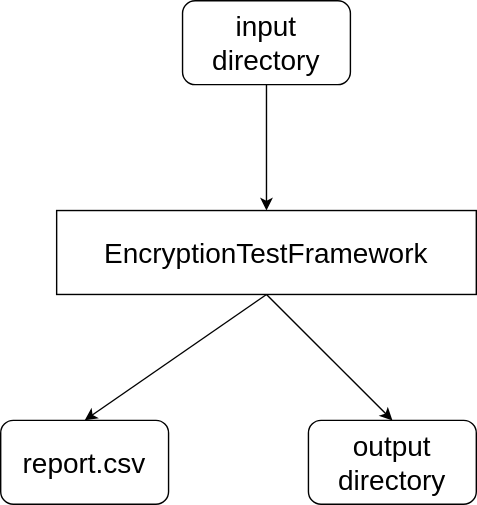
a00326455/EngineeringProject keeps this draw.io diagram as design.svg. Above is the earlier version. Source tidied: cells renumbered, new cells last; positions are measured from the earlier drawing's top-left corner, leaving out a move shared by most shapes.
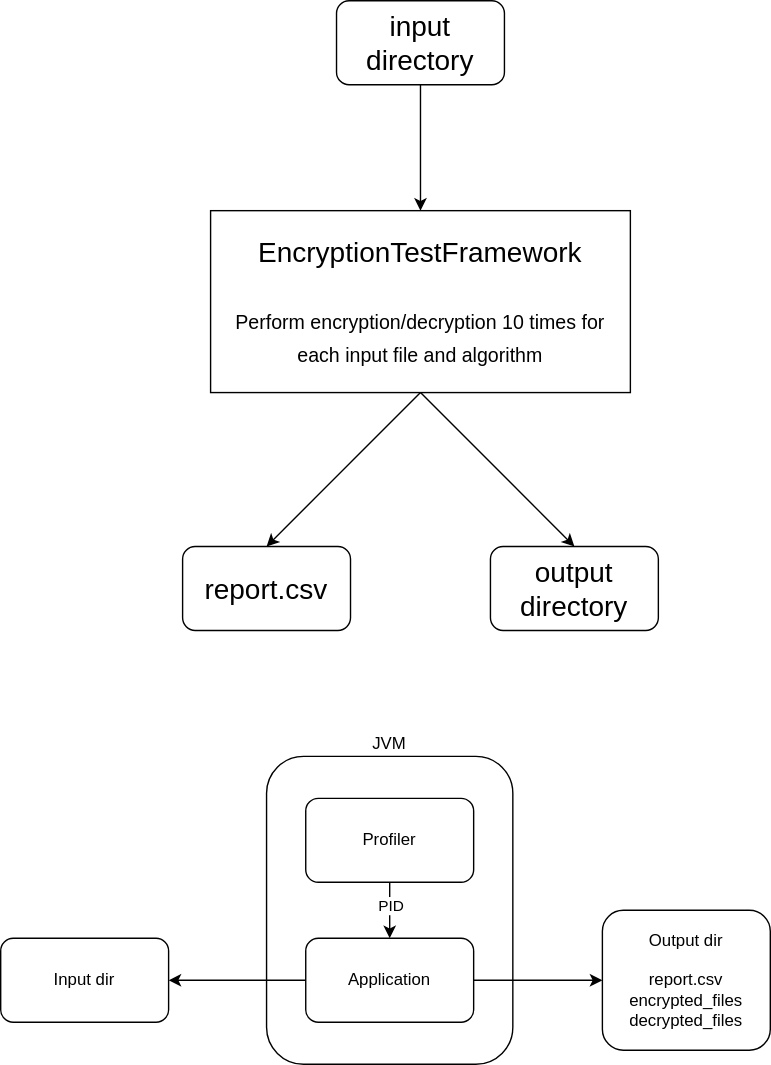
After the change.

What changed in the source:
```diff
@@ -5,14 +5,14 @@
     <mxCell id="2" value="input directory" style="rounded=1;whiteSpace=wrap;html=1;fontSize=20;" parent="1" vertex="1">
       <mxGeometry x="130" width="120" height="60" as="geometry" />
     </mxCell>
-    <mxCell id="3" value="EncryptionTestFramework" style="rounded=0;whiteSpace=wrap;html=1;fontSize=20;" parent="1" vertex="1">
-      <mxGeometry x="40" y="150" width="300" height="60" as="geometry" />
+    <mxCell id="3" value="EncryptionTestFramework&lt;br&gt;&lt;br&gt;&lt;font style=&quot;font-size: 14px;&quot;&gt;Perform encryption/decryption 10 times for each input file and algorithm&lt;/font&gt;" style="rounded=0;whiteSpace=wrap;html=1;fontSize=20;" parent="1" vertex="1">
+      <mxGeometry x="40" y="150" width="300" height="130" as="geometry" />
     </mxCell>
     <mxCell id="4" value="output directory" style="rounded=1;whiteSpace=wrap;html=1;fontSize=20;" parent="1" vertex="1">
-      <mxGeometry x="220" y="300" width="120" height="60" as="geometry" />
+      <mxGeometry x="240" y="390" width="120" height="60" as="geometry" />
     </mxCell>
     <mxCell id="5" value="report.csv" style="rounded=1;whiteSpace=wrap;html=1;fontSize=20;" parent="1" vertex="1">
-      <mxGeometry y="300" width="120" height="60" as="geometry" />
+      <mxGeometry x="20" y="390" width="120" height="60" as="geometry" />
     </mxCell>
     <mxCell id="6" style="endArrow=classic;html=1;rounded=0;exitX=0.5;exitY=1;exitDx=0;exitDy=0;entryX=0.5;entryY=0;entryDx=0;entryDy=0;fontSize=20;" parent="1" edge="1" source="2" target="3">
       <mxGeometry relative="1" as="geometry" />
@@ -23,5 +23,32 @@
     <mxCell id="8" style="endArrow=classic;html=1;rounded=0;exitX=0.5;exitY=1;exitDx=0;exitDy=0;entryX=0.5;entryY=0;entryDx=0;entryDy=0;fontSize=20;" parent="1" edge="1" source="3" target="5">
       <mxGeometry relative="1" as="geometry" />
     </mxCell>
+    <mxCell id="9" value="JVM" style="rounded=1;whiteSpace=wrap;html=1;labelPosition=center;verticalLabelPosition=top;align=center;verticalAlign=bottom;" parent="1" vertex="1">
+      <mxGeometry x="80" y="540" width="176" height="220" as="geometry" />
+    </mxCell>
+    <mxCell id="10" value="Application" style="rounded=1;whiteSpace=wrap;html=1;" parent="1" vertex="1">
+      <mxGeometry x="108" y="670" width="120" height="60" as="geometry" />
+    </mxCell>
+    <mxCell id="11" value="Profiler" style="rounded=1;whiteSpace=wrap;html=1;" parent="1" vertex="1">
+      <mxGeometry x="108" y="570" width="120" height="60" as="geometry" />
+    </mxCell>
+    <mxCell id="12" value="Input dir" style="rounded=1;whiteSpace=wrap;html=1;" parent="1" vertex="1">
+      <mxGeometry x="-110" y="670" width="120" height="60" as="geometry" />
+    </mxCell>
+    <mxCell id="13" value="Output dir&lt;br&gt;&lt;br&gt;report.csv&lt;br&gt;encrypted_files&lt;br&gt;decrypted_files" style="rounded=1;whiteSpace=wrap;html=1;" parent="1" vertex="1">
+      <mxGeometry x="320" y="650" width="120" height="100" as="geometry" />
+    </mxCell>
+    <mxCell id="14" style="endArrow=classic;html=1;rounded=0;exitX=0.5;exitY=1;exitDx=0;exitDy=0;entryX=0.5;entryY=0;entryDx=0;entryDy=0;" parent="1" edge="1" source="11" target="10">
+      <mxGeometry relative="1" as="geometry" />
+    </mxCell>
+    <mxCell id="15" value="PID" style="edgeLabel;html=1;align=center;verticalAlign=middle;" parent="14" vertex="1">
+      <mxGeometry x="-0.2" relative="1" as="geometry" />
+    </mxCell>
+    <mxCell id="16" style="endArrow=classic;html=1;rounded=0;exitX=0;exitY=0.5;exitDx=0;exitDy=0;" parent="1" edge="1" source="10" target="12">
+      <mxGeometry relative="1" as="geometry" />
+    </mxCell>
+    <mxCell id="17" style="endArrow=classic;html=1;rounded=0;entryX=0;entryY=0.5;entryDx=0;entryDy=0;exitX=1;exitY=0.5;exitDx=0;exitDy=0;" parent="1" edge="1" source="10" target="13">
+      <mxGeometry relative="1" as="geometry" />
+    </mxCell>
   </root>
 </mxGraphModel>
```
